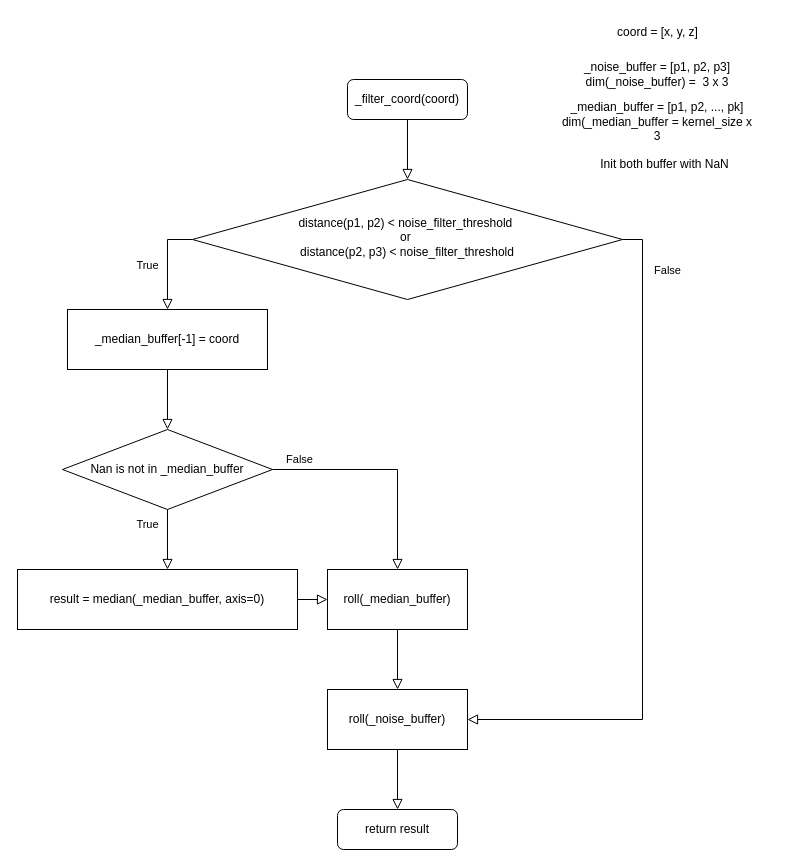
The draw.io diagram flow_charts/gt_command-filter.drawio in pascalreiss/draw_io_stuff, before the edit. Source tidied: cells renumbered, new cells numbered last; positions are measured from the earlier drawing's top-left corner, leaving out a move shared by most shapes. Both pictures are drawn from the tidied source at 100%, with x=0, y=0 at pixel (17, 17).
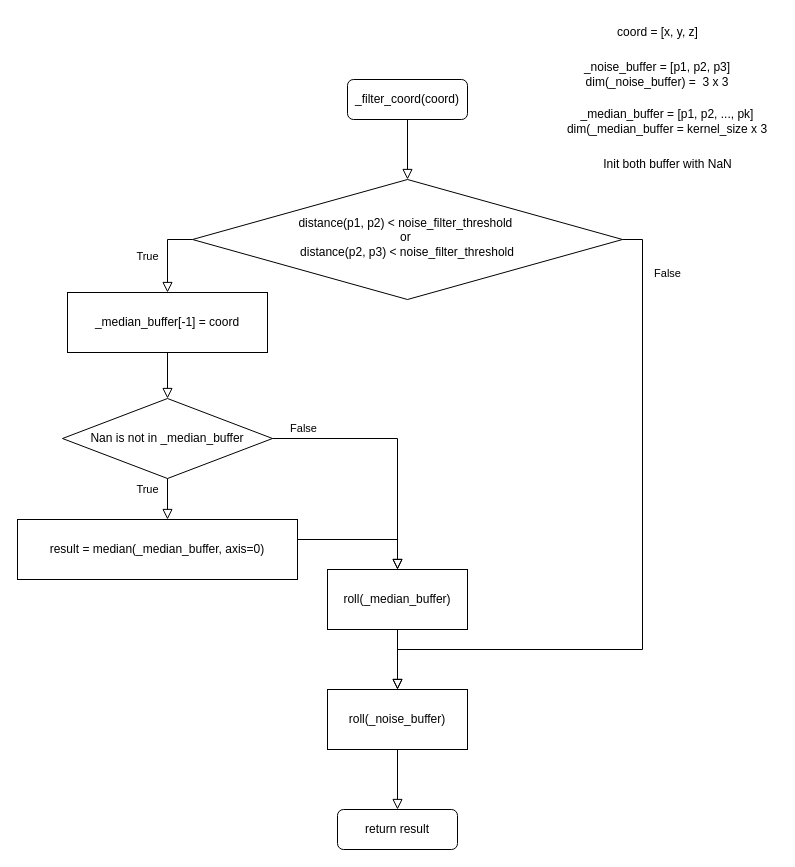
The same diagram, later.

The change refers to these unchanged cells:
```xml
<mxCell id="5" value="&lt;div&gt;distance(p1, p2) &amp;lt; noise_filter_threshold&amp;nbsp;&lt;/div&gt;&lt;div&gt;or&amp;nbsp;&lt;/div&gt;&lt;div&gt;distance(p2, p3) &amp;lt; noise_filter_threshold&lt;br&gt;&lt;/div&gt;" style="rhombus;whiteSpace=wrap;html=1;shadow=0;fontFamily=Helvetica;fontSize=12;align=center;strokeWidth=1;spacing=6;spacingTop=-4;" parent="1" vertex="1">
  <mxGeometry x="175" y="162" width="430" height="120" as="geometry" />
</mxCell>
<mxCell id="9" value="roll(_noise_buffer)" style="rounded=0;whiteSpace=wrap;html=1;" parent="1" vertex="1">
  <mxGeometry x="310" y="672" width="140" height="60" as="geometry" />
</mxCell>
<mxCell id="15" value="roll(_median_buffer)" style="rounded=0;whiteSpace=wrap;html=1;" parent="1" vertex="1">
  <mxGeometry x="310" y="552" width="140" height="60" as="geometry" />
</mxCell>
```

Diff of the diagram source:
```diff
@@
-    <mxCell id="4" value="False" style="edgeStyle=orthogonalEdgeStyle;rounded=0;html=1;jettySize=auto;fontSize=11;endArrow=block;endFill=0;endSize=8;strokeWidth=1;shadow=0;labelBackgroundColor=none;entryX=1;entryY=0.5;entryDx=0;entryDy=0;" parent="1" edge="1" source="5" target="9">
+    <mxCell id="4" value="False" style="edgeStyle=orthogonalEdgeStyle;rounded=0;html=1;jettySize=auto;fontSize=11;endArrow=block;endFill=0;endSize=8;strokeWidth=1;shadow=0;labelBackgroundColor=none;" parent="1" edge="1" source="5">
       <mxGeometry x="-0.85" y="25" relative="1" as="geometry">
+        <mxPoint x="380" y="672" as="targetPoint" />
         <Array as="points">
           <mxPoint x="625" y="222" />
-          <mxPoint x="625" y="702" />
+          <mxPoint x="625" y="632" />
+          <mxPoint x="380" y="632" />
         </Array>
       </mxGeometry>
     </mxCell>
@@
     <mxCell id="8" value="&lt;br&gt;&lt;div&gt;_median_buffer = [p1, p2, ..., pk]&lt;br&gt;&lt;/div&gt;&lt;div&gt;dim(_median_buffer = kernel_size x 3&lt;/div&gt;" style="text;html=1;align=center;verticalAlign=middle;whiteSpace=wrap;rounded=0;" parent="1" vertex="1">
-      <mxGeometry x="540" y="82" width="200" height="30" as="geometry" />
+      <mxGeometry x="540" y="82" width="220" height="30" as="geometry" />
     </mxCell>
@@
     <mxCell id="11" value="_median_buffer[-1] = coord" style="rounded=0;whiteSpace=wrap;html=1;" parent="1" vertex="1">
-      <mxGeometry x="50" y="292" width="200" height="60" as="geometry" />
+      <mxGeometry x="50" y="275" width="200" height="60" as="geometry" />
     </mxCell>
     <mxCell id="12" value="Nan is not in _median_buffer" style="rhombus;whiteSpace=wrap;html=1;" parent="1" vertex="1">
-      <mxGeometry x="45" y="412" width="210" height="80" as="geometry" />
+      <mxGeometry x="45" y="381" width="210" height="80" as="geometry" />
     </mxCell>
@@
     <mxCell id="16" value="True" style="edgeStyle=orthogonalEdgeStyle;rounded=0;html=1;jettySize=auto;fontSize=11;endArrow=block;endFill=0;endSize=8;strokeWidth=1;shadow=0;labelBackgroundColor=none;" parent="1" edge="1" source="12" target="17">
-      <mxGeometry x="-0.5" y="-20" relative="1" as="geometry">
+      <mxGeometry x="-0.46" y="-20" relative="1" as="geometry">
         <Array as="points">
           <mxPoint x="5" y="562" />
           <mxPoint x="5" y="562" />
         </Array>
       </mxGeometry>
     </mxCell>
     <mxCell id="17" value="result = median(_median_buffer, axis=0)" style="rounded=0;whiteSpace=wrap;html=1;" parent="1" vertex="1">
-      <mxGeometry y="552" width="280" height="60" as="geometry" />
+      <mxGeometry y="502" width="280" height="60" as="geometry" />
     </mxCell>
     <mxCell id="18" value="Init both buffer with NaN" style="text;html=1;align=center;verticalAlign=middle;whiteSpace=wrap;rounded=0;" parent="1" vertex="1">
-      <mxGeometry x="565" y="132" width="165" height="30" as="geometry" />
+      <mxGeometry x="567.5" y="132" width="165" height="30" as="geometry" />
     </mxCell>
-    <mxCell id="19" style="rounded=0;html=1;jettySize=auto;fontSize=11;endArrow=block;endFill=0;endSize=8;strokeWidth=1;shadow=0;labelBackgroundColor=none;edgeStyle=orthogonalEdgeStyle;" parent="1" edge="1" source="17" target="15">
-      <mxGeometry relative="1" as="geometry" />
+    <mxCell id="19" style="rounded=0;html=1;jettySize=auto;fontSize=11;endArrow=block;endFill=0;endSize=8;strokeWidth=1;shadow=0;labelBackgroundColor=none;edgeStyle=orthogonalEdgeStyle;entryX=0.5;entryY=0;entryDx=0;entryDy=0;" parent="1" edge="1" source="17" target="15">
+      <mxGeometry relative="1" as="geometry">
+        <Array as="points">
+          <mxPoint x="380" y="522" />
+        </Array>
+      </mxGeometry>
     </mxCell>
```
